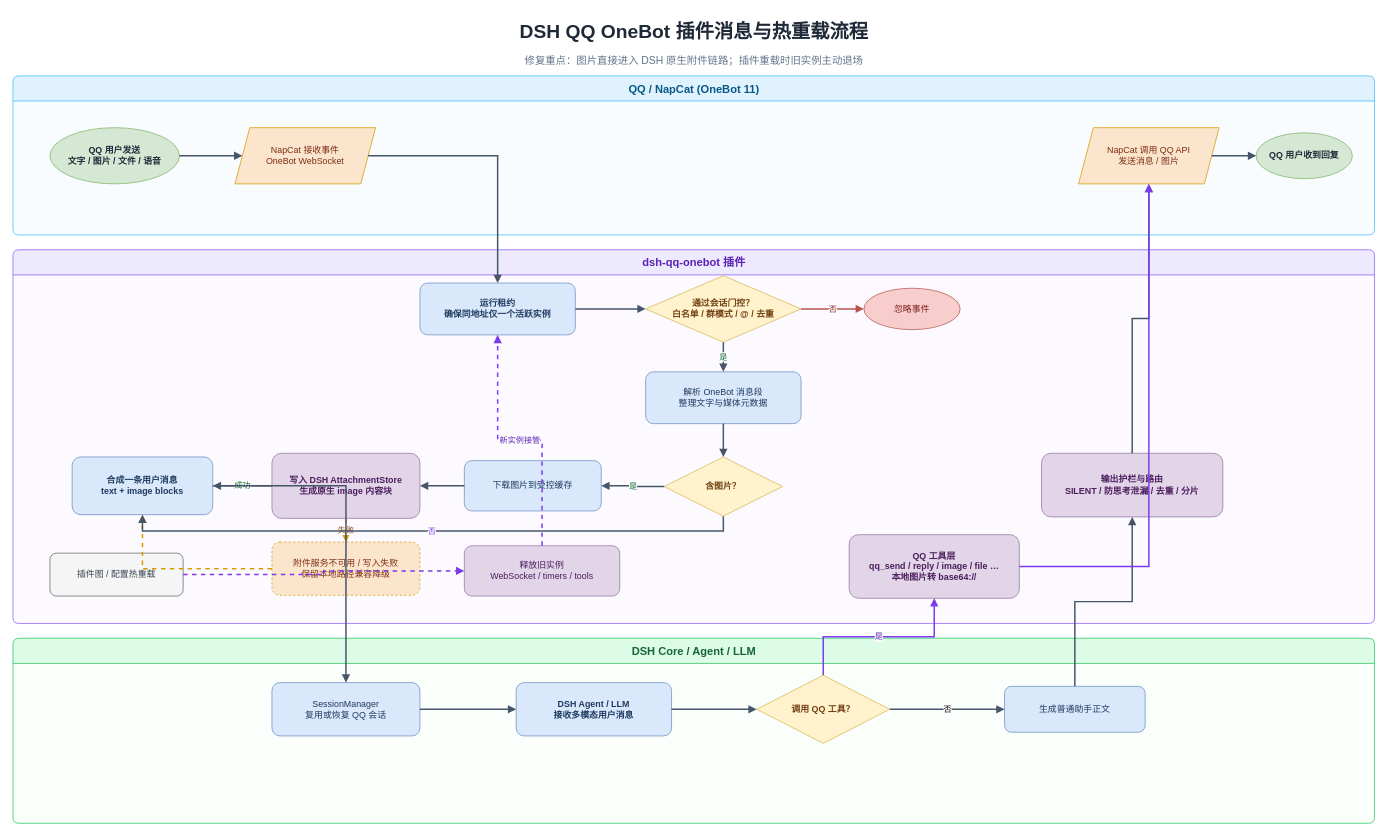
This is docs/dsh-qq-flow.drawio from lonely-square/dsh-qq, a draw.io file, before an edit. Source tidied: cells renumbered, new cells numbered last; positions are measured from the earlier drawing's top-left corner, leaving out a move shared by most shapes. Both pictures are drawn from the tidied source at 74%, with x=0, y=0 at pixel (13, 13).
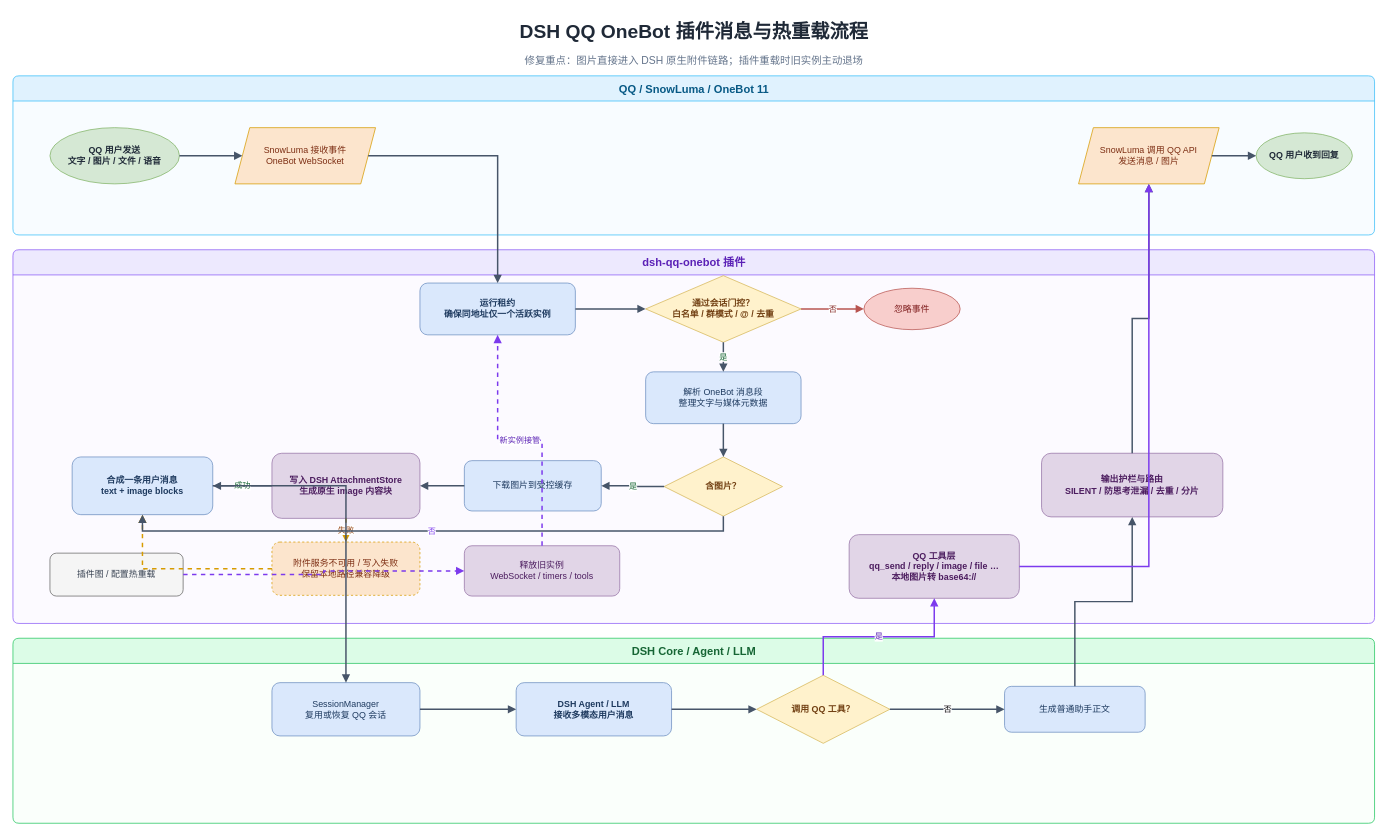
The same page after the edit.

Change to the diagram source:
```diff
@@
-    <mxCell id="4" value="QQ / NapCat (OneBot 11)" style="swimlane;html=1;startSize=34;horizontal=1;rounded=1;arcSize=8;fillColor=#E0F2FE;swimlaneFillColor=#F8FCFF;strokeColor=#38BDF8;fontColor=#075985;fontStyle=1;fontSize=15;" parent="1" vertex="1">
+    <mxCell id="4" value="QQ / SnowLuma / OneBot 11" style="swimlane;html=1;startSize=34;horizontal=1;rounded=1;arcSize=8;fillColor=#E0F2FE;swimlaneFillColor=#F8FCFF;strokeColor=#38BDF8;fontColor=#075985;fontStyle=1;fontSize=15;" parent="1" vertex="1">
       <mxGeometry y="85" width="1840" height="215" as="geometry" />
     </mxCell>
@@
-    <mxCell id="8" value="NapCat 接收事件&#10;OneBot WebSocket" style="shape=parallelogram;perimeter=parallelogramPerimeter;whiteSpace=wrap;html=1;fixedSize=1;fillColor=#FCE5CD;strokeColor=#D79B00;fontColor=#7C2D12;" parent="1" vertex="1">
+    <mxCell id="8" value="SnowLuma 接收事件&#10;OneBot WebSocket" style="shape=parallelogram;perimeter=parallelogramPerimeter;whiteSpace=wrap;html=1;fixedSize=1;fillColor=#FCE5CD;strokeColor=#D79B00;fontColor=#7C2D12;" parent="1" vertex="1">
       <mxGeometry x="300" y="155" width="190" height="76" as="geometry" />
     </mxCell>
-    <mxCell id="9" value="NapCat 调用 QQ API&#10;发送消息 / 图片" style="shape=parallelogram;perimeter=parallelogramPerimeter;whiteSpace=wrap;html=1;fixedSize=1;fillColor=#FCE5CD;strokeColor=#D79B00;fontColor=#7C2D12;" parent="1" vertex="1">
+    <mxCell id="9" value="SnowLuma 调用 QQ API&#10;发送消息 / 图片" style="shape=parallelogram;perimeter=parallelogramPerimeter;whiteSpace=wrap;html=1;fixedSize=1;fillColor=#FCE5CD;strokeColor=#D79B00;fontColor=#7C2D12;" parent="1" vertex="1">
       <mxGeometry x="1440" y="155" width="190" height="76" as="geometry" />
     </mxCell>
```
